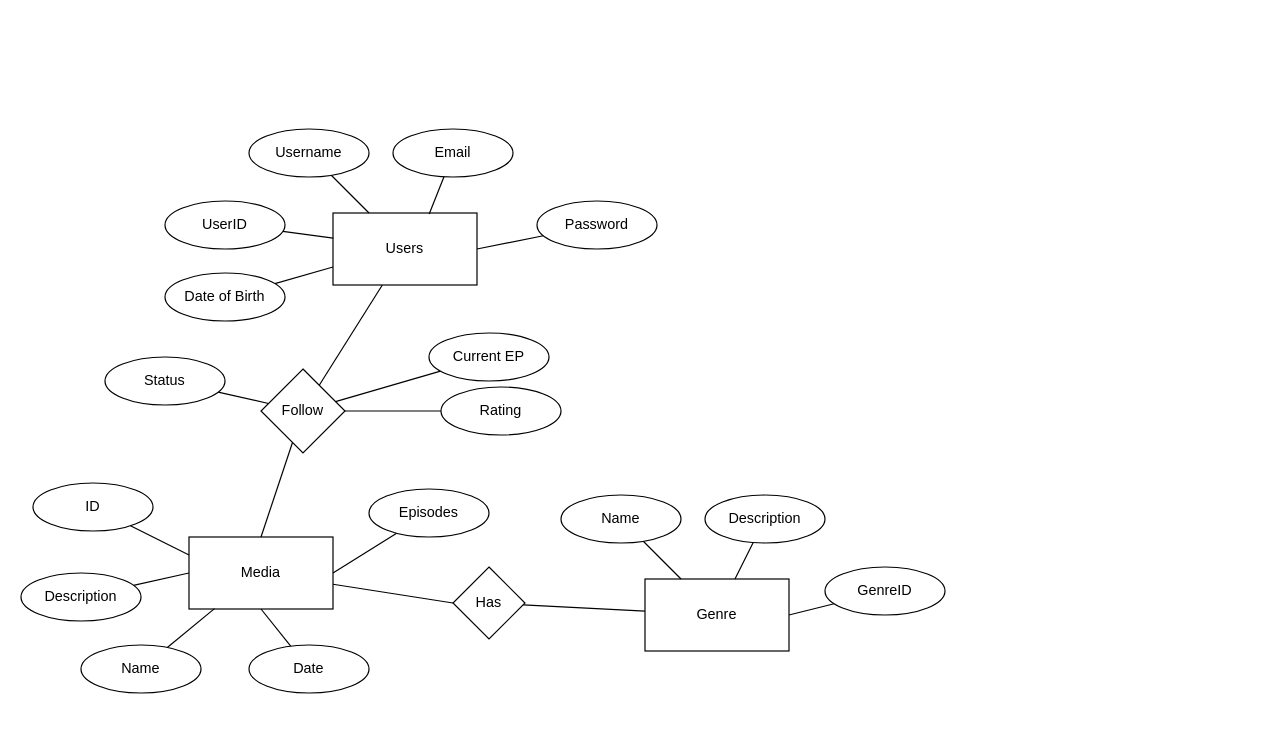
Before: overview.drawio in JimBer110/media-tracker-db, a draw.io diagram. Source tidied: cells renumbered, new cells numbered last; positions are measured from the earlier drawing's top-left corner, leaving out a move shared by most shapes. Both pictures are drawn from the tidied source at 120%, with x=0, y=0 at pixel (20, 128).
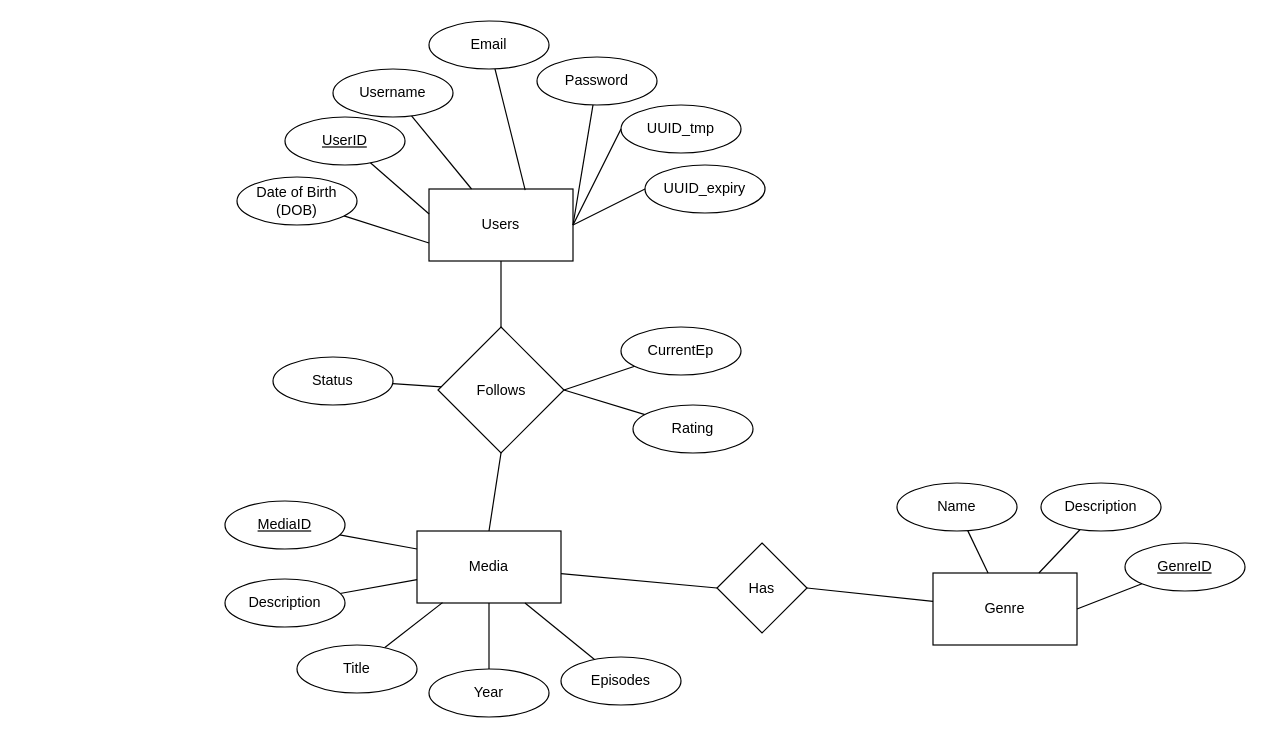
The same page after the edit.

The edit, as a diff of the source:
```diff
@@
     <mxCell id="2" value="Users" style="rounded=0;whiteSpace=wrap;html=1;" parent="1" vertex="1">
-      <mxGeometry x="260" y="70" width="120" height="60" as="geometry" />
+      <mxGeometry x="340" y="50" width="120" height="60" as="geometry" />
     </mxCell>
@@
     <mxCell id="4" value="Username" style="ellipse;whiteSpace=wrap;html=1;" parent="1" vertex="1">
-      <mxGeometry x="190" width="100" height="40" as="geometry" />
+      <mxGeometry x="260" y="-50" width="100" height="40" as="geometry" />
     </mxCell>
@@
     <mxCell id="6" value="Email" style="ellipse;whiteSpace=wrap;html=1;" parent="1" vertex="1">
-      <mxGeometry x="310" width="100" height="40" as="geometry" />
+      <mxGeometry x="340" y="-90" width="100" height="40" as="geometry" />
     </mxCell>
@@
     <mxCell id="8" value="Password" style="ellipse;whiteSpace=wrap;html=1;" parent="1" vertex="1">
-      <mxGeometry x="430" y="60" width="100" height="40" as="geometry" />
+      <mxGeometry x="430" y="-60" width="100" height="40" as="geometry" />
     </mxCell>
@@
-    <mxCell id="10" value="UserID" style="ellipse;whiteSpace=wrap;html=1;" parent="1" vertex="1">
-      <mxGeometry x="120" y="60" width="100" height="40" as="geometry" />
+    <mxCell id="10" value="&lt;u&gt;UserID&lt;/u&gt;" style="ellipse;whiteSpace=wrap;html=1;" parent="1" vertex="1">
+      <mxGeometry x="220" y="-10" width="100" height="40" as="geometry" />
     </mxCell>
     <mxCell id="11" value="Genre" style="rounded=0;whiteSpace=wrap;html=1;" parent="1" vertex="1">
-      <mxGeometry x="520" y="375" width="120" height="60" as="geometry" />
+      <mxGeometry x="760" y="370" width="120" height="60" as="geometry" />
     </mxCell>
@@
     <mxCell id="13" value="Name" style="ellipse;whiteSpace=wrap;html=1;" parent="1" vertex="1">
-      <mxGeometry x="450" y="305" width="100" height="40" as="geometry" />
+      <mxGeometry x="730" y="295" width="100" height="40" as="geometry" />
     </mxCell>
@@
     <mxCell id="15" value="Description" style="ellipse;whiteSpace=wrap;html=1;" parent="1" vertex="1">
-      <mxGeometry x="570" y="305" width="100" height="40" as="geometry" />
+      <mxGeometry x="850" y="295" width="100" height="40" as="geometry" />
     </mxCell>
@@
-    <mxCell id="17" value="GenreID" style="ellipse;whiteSpace=wrap;html=1;" parent="1" vertex="1">
-      <mxGeometry x="670" y="365" width="100" height="40" as="geometry" />
+    <mxCell id="17" value="&lt;u&gt;GenreID&lt;/u&gt;" style="ellipse;whiteSpace=wrap;html=1;" parent="1" vertex="1">
+      <mxGeometry x="920" y="345" width="100" height="40" as="geometry" />
     </mxCell>
@@
     <mxCell id="19" value="Media" style="rounded=0;whiteSpace=wrap;html=1;" parent="1" vertex="1">
-      <mxGeometry x="140" y="340" width="120" height="60" as="geometry" />
+      <mxGeometry x="330" y="335" width="120" height="60" as="geometry" />
     </mxCell>
@@
-    <mxCell id="21" value="Name" style="ellipse;whiteSpace=wrap;html=1;" parent="1" vertex="1">
-      <mxGeometry x="50" y="430" width="100" height="40" as="geometry" />
+    <mxCell id="21" value="Title" style="ellipse;whiteSpace=wrap;html=1;" parent="1" vertex="1">
+      <mxGeometry x="230" y="430" width="100" height="40" as="geometry" />
     </mxCell>
-    <mxCell id="22" style="rounded=0;jettySize=auto;html=1;endArrow=none;endFill=0;" parent="1" edge="1" source="23">
-      <mxGeometry relative="1" as="geometry">
-        <mxPoint x="140" y="370" as="targetPoint" />
-      </mxGeometry>
+    <mxCell id="22" style="rounded=0;jettySize=auto;html=1;endArrow=none;endFill=0;" parent="1" edge="1" source="23" target="19">
+      <mxGeometry relative="1" as="geometry" />
     </mxCell>
     <mxCell id="23" value="Description" style="ellipse;whiteSpace=wrap;html=1;" parent="1" vertex="1">
-      <mxGeometry y="370" width="100" height="40" as="geometry" />
+      <mxGeometry x="170" y="375" width="100" height="40" as="geometry" />
     </mxCell>
@@
-    <mxCell id="25" value="Date" style="ellipse;whiteSpace=wrap;html=1;" parent="1" vertex="1">
-      <mxGeometry x="190" y="430" width="100" height="40" as="geometry" />
+    <mxCell id="25" value="Year" style="ellipse;whiteSpace=wrap;html=1;" parent="1" vertex="1">
+      <mxGeometry x="340" y="450" width="100" height="40" as="geometry" />
     </mxCell>
@@
-    <mxCell id="27" value="Date of Birth" style="ellipse;whiteSpace=wrap;html=1;" parent="1" vertex="1">
-      <mxGeometry x="120" y="120" width="100" height="40" as="geometry" />
+    <mxCell id="27" value="Date of Birth&lt;br&gt;(DOB)" style="ellipse;whiteSpace=wrap;html=1;" parent="1" vertex="1">
+      <mxGeometry x="180" y="40" width="100" height="40" as="geometry" />
     </mxCell>
-    <mxCell id="28" style="rounded=0;jettySize=auto;html=1;endArrow=none;endFill=0;" parent="1" edge="1" source="29" target="11">
+    <mxCell id="28" style="rounded=0;jettySize=auto;html=1;endArrow=none;endFill=0;exitX=1;exitY=0.5;exitDx=0;exitDy=0;" parent="1" edge="1" source="29" target="11">
       <mxGeometry relative="1" as="geometry" />
     </mxCell>
     <mxCell id="29" value="Has" style="rhombus;whiteSpace=wrap;html=1;" parent="1" vertex="1">
-      <mxGeometry x="360" y="365" width="60" height="60" as="geometry" />
+      <mxGeometry x="580" y="345" width="75" height="75" as="geometry" />
     </mxCell>
@@
-    <mxCell id="31" style="rounded=0;jettySize=auto;html=1;entryX=0.5;entryY=0;entryDx=0;entryDy=0;endArrow=none;endFill=0;" parent="1" edge="1" source="32" target="19">
+    <mxCell id="31" style="rounded=0;jettySize=auto;html=1;entryX=0.5;entryY=0;entryDx=0;entryDy=0;endArrow=none;endFill=0;exitX=0.5;exitY=1;exitDx=0;exitDy=0;" parent="1" edge="1" source="32" target="19">
       <mxGeometry relative="1" as="geometry" />
     </mxCell>
-    <mxCell id="32" value="Follow" style="rhombus;whiteSpace=wrap;html=1;" parent="1" vertex="1">
-      <mxGeometry x="200" y="200" width="70" height="70" as="geometry" />
+    <mxCell id="32" value="Follows" style="rhombus;whiteSpace=wrap;html=1;" parent="1" vertex="1">
+      <mxGeometry x="347.5" y="165" width="105" height="105" as="geometry" />
     </mxCell>
@@
-    <mxCell id="34" value="ID" style="ellipse;whiteSpace=wrap;html=1;" parent="1" vertex="1">
-      <mxGeometry x="10" y="295" width="100" height="40" as="geometry" />
+    <mxCell id="34" value="&lt;u&gt;MediaID&lt;/u&gt;" style="ellipse;whiteSpace=wrap;html=1;" parent="1" vertex="1">
+      <mxGeometry x="170" y="310" width="100" height="40" as="geometry" />
     </mxCell>
@@
     <mxCell id="36" value="Rating" style="ellipse;whiteSpace=wrap;html=1;" parent="1" vertex="1">
-      <mxGeometry x="350" y="215" width="100" height="40" as="geometry" />
+      <mxGeometry x="510" y="230" width="100" height="40" as="geometry" />
     </mxCell>
-    <mxCell id="37" style="rounded=0;jettySize=auto;html=1;endArrow=none;endFill=0;" parent="1" edge="1" source="38" target="32">
+    <mxCell id="37" style="rounded=0;jettySize=auto;html=1;endArrow=none;endFill=0;entryX=1;entryY=0.5;entryDx=0;entryDy=0;" parent="1" edge="1" source="38" target="32">
       <mxGeometry relative="1" as="geometry" />
     </mxCell>
-    <mxCell id="38" value="Current EP" style="ellipse;whiteSpace=wrap;html=1;" parent="1" vertex="1">
-      <mxGeometry x="340" y="170" width="100" height="40" as="geometry" />
+    <mxCell id="38" value="CurrentEp" style="ellipse;whiteSpace=wrap;html=1;" parent="1" vertex="1">
+      <mxGeometry x="500" y="165" width="100" height="40" as="geometry" />
     </mxCell>
-    <mxCell id="39" style="rounded=0;jettySize=auto;html=1;entryX=1;entryY=0.5;entryDx=0;entryDy=0;endArrow=none;endFill=0;" parent="1" edge="1" source="40" target="19">
+    <mxCell id="39" style="rounded=0;jettySize=auto;html=1;entryX=0.75;entryY=1;entryDx=0;entryDy=0;endArrow=none;endFill=0;" parent="1" edge="1" source="40" target="19">
       <mxGeometry relative="1" as="geometry" />
     </mxCell>
     <mxCell id="40" value="Episodes" style="ellipse;whiteSpace=wrap;html=1;" parent="1" vertex="1">
-      <mxGeometry x="290" y="300" width="100" height="40" as="geometry" />
+      <mxGeometry x="450" y="440" width="100" height="40" as="geometry" />
     </mxCell>
@@
     <mxCell id="42" value="Status" style="ellipse;whiteSpace=wrap;html=1;" parent="1" vertex="1">
-      <mxGeometry x="70" y="190" width="100" height="40" as="geometry" />
+      <mxGeometry x="210" y="190" width="100" height="40" as="geometry" />
     </mxCell>
+    <mxCell id="43" value="UUID_tmp" style="ellipse;whiteSpace=wrap;html=1;" parent="1" vertex="1">
+      <mxGeometry x="500" y="-20" width="100" height="40" as="geometry" />
+    </mxCell>
+    <mxCell id="44" style="rounded=0;jettySize=auto;html=1;entryX=1;entryY=0.5;entryDx=0;entryDy=0;endArrow=none;endFill=0;exitX=0;exitY=0.5;exitDx=0;exitDy=0;" parent="1" edge="1" source="43" target="2">
+      <mxGeometry relative="1" as="geometry" />
+    </mxCell>
+    <mxCell id="45" value="UUID_expiry" style="ellipse;whiteSpace=wrap;html=1;" parent="1" vertex="1">
+      <mxGeometry x="520" y="30" width="100" height="40" as="geometry" />
+    </mxCell>
+    <mxCell id="46" style="rounded=0;jettySize=auto;html=1;entryX=1;entryY=0.5;entryDx=0;entryDy=0;endArrow=none;endFill=0;exitX=0;exitY=0.5;exitDx=0;exitDy=0;" parent="1" edge="1" source="45" target="2">
+      <mxGeometry relative="1" as="geometry" />
+    </mxCell>
```
